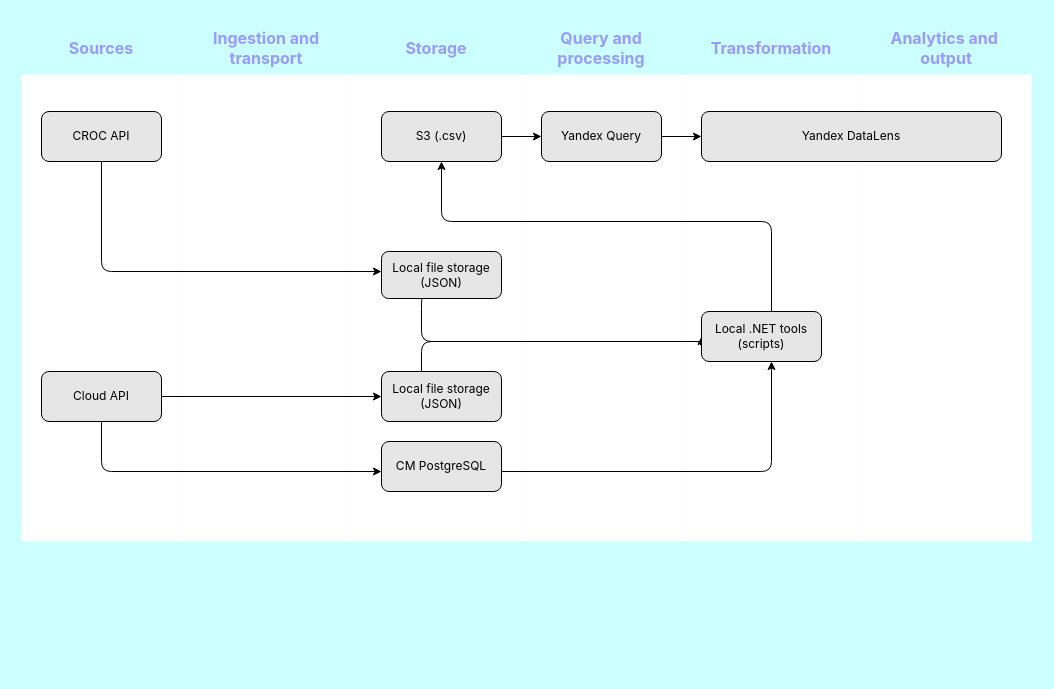
Before: t-sh-poc-systems.drawio in ptokarev/cloudmaster, a draw.io diagram. Source tidied: cells renumbered, new cells numbered last; positions are measured from the earlier drawing's top-left corner, leaving out a move shared by most shapes. Both pictures are drawn from the tidied source at 100%, with x=0, y=0 at pixel (21, 21).
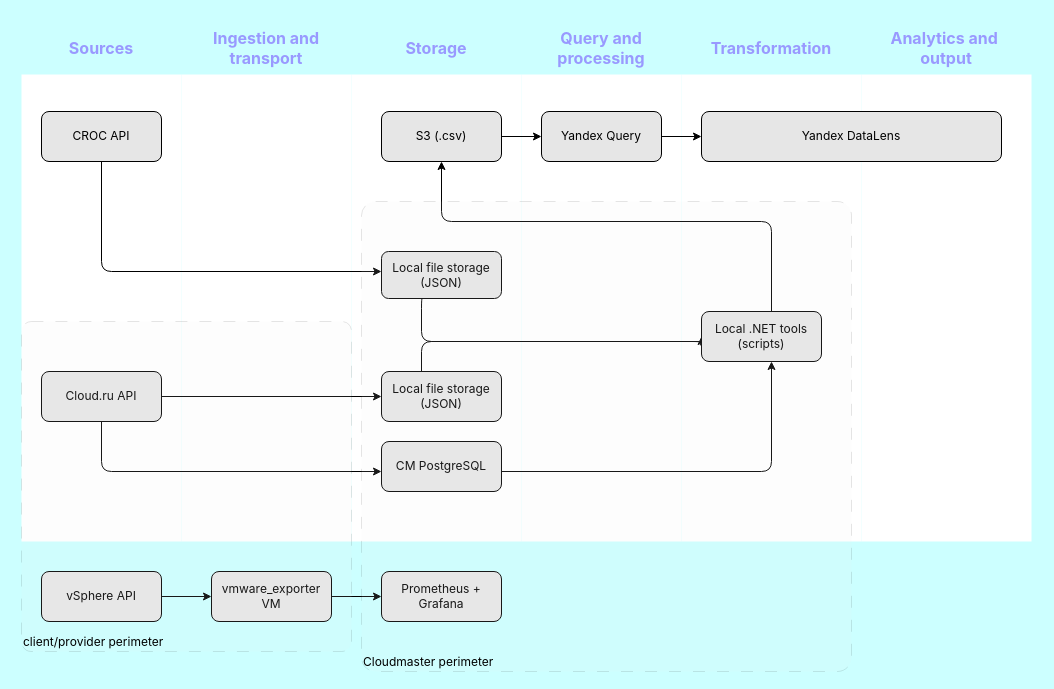
The same page after the edit.

Commit message:
added vSphere systems

Diff of the diagram source:
```diff
@@
-    <mxCell id="22" value="Cloud API" style="rounded=1;whiteSpace=wrap;html=1;fontFamily=inter;fillColor=#E6E6E6;" parent="1" vertex="1">
+    <mxCell id="22" value="Cloud.ru API" style="rounded=1;whiteSpace=wrap;html=1;fontFamily=inter;fillColor=#E6E6E6;" parent="1" vertex="1">
       <mxGeometry x="20" y="350" width="120" height="50" as="geometry" />
     </mxCell>
@@
+    <mxCell id="36" style="edgeStyle=orthogonalEdgeStyle;rounded=0;jettySize=auto;html=1;" parent="1" edge="1" source="37" target="38">
+      <mxGeometry relative="1" as="geometry" />
+    </mxCell>
+    <mxCell id="37" value="vSphere API" style="rounded=1;whiteSpace=wrap;html=1;fontFamily=inter;fillColor=#E6E6E6;" parent="1" vertex="1">
+      <mxGeometry x="20" y="550" width="120" height="50" as="geometry" />
+    </mxCell>
+    <mxCell id="38" value="vmware_exporter VM" style="whiteSpace=wrap;html=1;rounded=1;fontFamily=inter;fillColor=#E6E6E6;" parent="1" vertex="1">
+      <mxGeometry x="190" y="550" width="120" height="50" as="geometry" />
+    </mxCell>
+    <mxCell id="39" value="Prometheus + Grafana" style="whiteSpace=wrap;html=1;rounded=1;fontFamily=inter;fillColor=#E6E6E6;" parent="1" vertex="1">
+      <mxGeometry x="360" y="550" width="120" height="50" as="geometry" />
+    </mxCell>
+    <mxCell id="40" style="edgeStyle=orthogonalEdgeStyle;rounded=0;jettySize=auto;html=1;entryX=0;entryY=0.5;entryDx=0;entryDy=0;exitX=1;exitY=0.5;exitDx=0;exitDy=0;" parent="1" edge="1" source="38" target="39">
+      <mxGeometry relative="1" as="geometry" />
+    </mxCell>
+    <mxCell id="41" value="client/provider perimeter" style="rounded=1;whiteSpace=wrap;html=1;fontFamily=inter;fillColor=#E6E6E6;gradientColor=none;align=left;verticalAlign=bottom;labelBackgroundColor=none;dashed=1;dashPattern=12 12;opacity=10;arcSize=3;" parent="1" vertex="1">
+      <mxGeometry y="300" width="330" height="330" as="geometry" />
+    </mxCell>
+    <mxCell id="42" value="Cloudmaster perimeter" style="rounded=1;whiteSpace=wrap;html=1;fontFamily=inter;fillColor=#E6E6E6;gradientColor=none;align=left;verticalAlign=bottom;labelBackgroundColor=none;dashed=1;dashPattern=12 12;opacity=10;arcSize=3;" parent="1" vertex="1">
+      <mxGeometry x="340" y="180" width="490" height="470" as="geometry" />
+    </mxCell>
```
